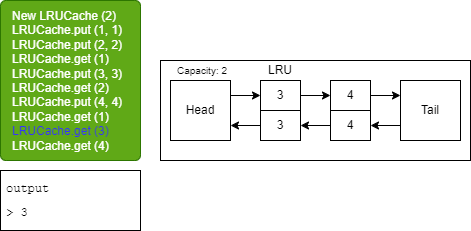
bert799/CodingInterviews keeps this draw.io diagram as Final_Interview/slides/Slide10.png. Above is the earlier version. Source tidied: cells renumbered, new cells last; positions are measured from the earlier drawing's top-left corner, leaving out a move shared by most shapes. Its diagram source:
```xml
<mxGraphModel background="#ffffff">
  <root>
    <mxCell id="0" />
    <mxCell id="1" parent="0" />
    <mxCell id="2" value="&lt;span style=&quot;&quot;&gt;&#9;&lt;/span&gt;New LRUCache (2)&lt;br&gt;&lt;span style=&quot;&quot;&gt;&#9;&lt;/span&gt;LRUCache.put (1, 1)&lt;br&gt;&lt;span style=&quot;&quot;&gt;&#9;&lt;/span&gt;LRUCache.put (2, 2)&lt;br&gt;LRUCache.get (1)&lt;br&gt;LRUCache.put (3, 3)&lt;br&gt;LRUCache.get (2)&lt;br&gt;LRUCache.put (4, 4)&lt;br&gt;LRUCache.get (1)&lt;br&gt;&lt;font color=&quot;#3333ff&quot;&gt;LRUCache.get (3)&lt;br&gt;&lt;/font&gt;LRUCache.get (4)" style="rounded=1;whiteSpace=wrap;html=1;fillColor=#60a917;verticalAlign=top;align=left;arcSize=4;spacingTop=2;spacingLeft=10;spacingBottom=2;fontColor=#ffffff;strokeColor=#2D7600;" parent="1" vertex="1">
      <mxGeometry width="140" height="160" as="geometry" />
    </mxCell>
    <mxCell id="3" value="&lt;pre style=&quot;line-height: 0%;&quot;&gt;&lt;font color=&quot;#000000&quot;&gt;output&lt;/font&gt;&lt;/pre&gt;&lt;pre style=&quot;text-align: center; line-height: 0%;&quot;&gt;&lt;font color=&quot;#000000&quot;&gt;&lt;br&gt;&lt;/font&gt;&lt;/pre&gt;&lt;pre style=&quot;text-align: justify; line-height: 0%;&quot;&gt;&lt;font color=&quot;#000000&quot;&gt;&amp;gt; 3&lt;/font&gt;&lt;/pre&gt;" style="rounded=0;whiteSpace=wrap;html=1;verticalAlign=top;align=left;spacingLeft=4;fillColor=none;strokeColor=#000000;" parent="1" vertex="1">
      <mxGeometry y="170" width="140" height="60" as="geometry" />
    </mxCell>
    <mxCell id="4" style="rounded=0;whiteSpace=wrap;html=1;fontSize=12;fillColor=none;strokeColor=#000000;" parent="1" vertex="1">
      <mxGeometry x="160" y="60" width="310" height="100" as="geometry" />
    </mxCell>
    <mxCell id="5" value="&lt;font style=&quot;font-size: 10px;&quot;&gt;Capacity: 2&lt;/font&gt;" style="text;html=1;strokeColor=none;fillColor=none;align=center;verticalAlign=middle;whiteSpace=wrap;rounded=0;fontColor=#000000;" parent="1" vertex="1">
      <mxGeometry x="167" y="55" width="70" height="30" as="geometry" />
    </mxCell>
    <mxCell id="6" value="LRU" style="text;html=1;strokeColor=none;fillColor=none;align=center;verticalAlign=middle;whiteSpace=wrap;rounded=0;fontSize=12;fontColor=#000000;" parent="1" vertex="1">
      <mxGeometry x="255" y="60" width="50" height="20" as="geometry" />
    </mxCell>
    <mxCell id="7" style="edgeStyle=none;html=1;exitX=1;exitY=0.25;exitDx=0;exitDy=0;entryX=0;entryY=0.5;entryDx=0;entryDy=0;fontSize=12;fontColor=#000000;strokeColor=#000000;" parent="1" edge="1" source="8" target="12">
      <mxGeometry relative="1" as="geometry" />
    </mxCell>
    <mxCell id="8" value="&lt;font color=&quot;#000000&quot;&gt;Head&lt;/font&gt;" style="whiteSpace=wrap;html=1;rounded=0;strokeColor=#000000;fontSize=12;fillColor=none;" parent="1" vertex="1">
      <mxGeometry x="170" y="80" width="60" height="60" as="geometry" />
    </mxCell>
    <mxCell id="9" style="edgeStyle=none;html=1;exitX=0;exitY=0.75;exitDx=0;exitDy=0;entryX=1;entryY=0.5;entryDx=0;entryDy=0;strokeColor=#000000;fontSize=12;fontColor=#000000;" parent="1" edge="1" source="10" target="18">
      <mxGeometry relative="1" as="geometry" />
    </mxCell>
    <mxCell id="10" value="&lt;font color=&quot;#000000&quot;&gt;Tail&lt;/font&gt;" style="whiteSpace=wrap;html=1;rounded=0;strokeColor=#000000;fontSize=12;fillColor=none;" parent="1" vertex="1">
      <mxGeometry x="400" y="80" width="60" height="60" as="geometry" />
    </mxCell>
    <mxCell id="11" style="edgeStyle=none;html=1;exitX=1;exitY=0.5;exitDx=0;exitDy=0;entryX=0;entryY=0.5;entryDx=0;entryDy=0;strokeColor=#000000;fontSize=12;fontColor=#000000;" parent="1" edge="1" source="12" target="14">
      <mxGeometry relative="1" as="geometry" />
    </mxCell>
    <mxCell id="12" value="3" style="rounded=0;whiteSpace=wrap;html=1;strokeColor=#000000;fontSize=12;fontColor=#000000;fillColor=none;" parent="1" vertex="1">
      <mxGeometry x="260" y="80" width="40" height="30" as="geometry" />
    </mxCell>
    <mxCell id="13" style="edgeStyle=none;html=1;exitX=1;exitY=0.5;exitDx=0;exitDy=0;entryX=0;entryY=0.25;entryDx=0;entryDy=0;strokeColor=#000000;fontSize=12;fontColor=#000000;" parent="1" edge="1" source="14" target="10">
      <mxGeometry relative="1" as="geometry" />
    </mxCell>
    <mxCell id="14" value="4" style="rounded=0;whiteSpace=wrap;html=1;strokeColor=#000000;fontSize=12;fontColor=#000000;fillColor=none;" parent="1" vertex="1">
      <mxGeometry x="330" y="80" width="40" height="30" as="geometry" />
    </mxCell>
    <mxCell id="15" style="edgeStyle=none;html=1;exitX=0;exitY=0.5;exitDx=0;exitDy=0;entryX=1;entryY=0.75;entryDx=0;entryDy=0;strokeColor=#000000;fontSize=12;fontColor=#000000;" parent="1" edge="1" source="16" target="8">
      <mxGeometry relative="1" as="geometry" />
    </mxCell>
    <mxCell id="16" value="3" style="rounded=0;whiteSpace=wrap;html=1;strokeColor=#000000;fontSize=12;fontColor=#000000;fillColor=none;" parent="1" vertex="1">
      <mxGeometry x="260" y="110" width="40" height="30" as="geometry" />
    </mxCell>
    <mxCell id="17" style="edgeStyle=none;html=1;exitX=0;exitY=0.5;exitDx=0;exitDy=0;strokeColor=#000000;fontSize=12;fontColor=#000000;" parent="1" edge="1" source="18" target="16">
      <mxGeometry relative="1" as="geometry" />
    </mxCell>
    <mxCell id="18" value="4" style="rounded=0;whiteSpace=wrap;html=1;strokeColor=#000000;fontSize=12;fontColor=#000000;fillColor=none;" parent="1" vertex="1">
      <mxGeometry x="330" y="110" width="40" height="30" as="geometry" />
    </mxCell>
  </root>
</mxGraphModel>
```
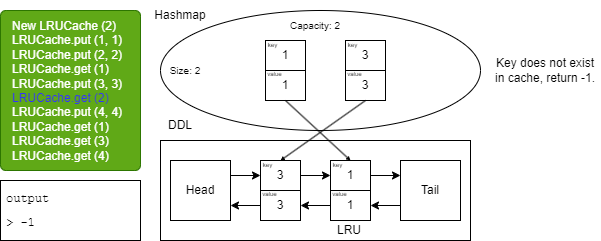
After the commit.

Change to the diagram source:
```diff
@@ -2,56 +2,125 @@
   <root>
     <mxCell id="0" />
     <mxCell id="1" parent="0" />
-    <mxCell id="2" value="&lt;span style=&quot;&quot;&gt;&#9;&lt;/span&gt;New LRUCache (2)&lt;br&gt;&lt;span style=&quot;&quot;&gt;&#9;&lt;/span&gt;LRUCache.put (1, 1)&lt;br&gt;&lt;span style=&quot;&quot;&gt;&#9;&lt;/span&gt;LRUCache.put (2, 2)&lt;br&gt;LRUCache.get (1)&lt;br&gt;LRUCache.put (3, 3)&lt;br&gt;LRUCache.get (2)&lt;br&gt;LRUCache.put (4, 4)&lt;br&gt;LRUCache.get (1)&lt;br&gt;&lt;font color=&quot;#3333ff&quot;&gt;LRUCache.get (3)&lt;br&gt;&lt;/font&gt;LRUCache.get (4)" style="rounded=1;whiteSpace=wrap;html=1;fillColor=#60a917;verticalAlign=top;align=left;arcSize=4;spacingTop=2;spacingLeft=10;spacingBottom=2;fontColor=#ffffff;strokeColor=#2D7600;" parent="1" vertex="1">
+    <mxCell id="2" value="&lt;span style=&quot;&quot;&gt;&#9;&lt;/span&gt;New LRUCache (2)&lt;br&gt;&lt;span style=&quot;&quot;&gt;&#9;&lt;/span&gt;LRUCache.put (1, 1)&lt;br&gt;&lt;span style=&quot;&quot;&gt;&#9;&lt;/span&gt;LRUCache.put (2, 2)&lt;br&gt;LRUCache.get (1)&lt;br&gt;LRUCache.put (3, 3)&lt;br&gt;&lt;font color=&quot;#3333ff&quot;&gt;LRUCache.get (2)&lt;br&gt;&lt;/font&gt;LRUCache.put (4, 4)&lt;br&gt;LRUCache.get (1)&lt;br&gt;LRUCache.get (3)&lt;br&gt;LRUCache.get (4)" style="rounded=1;whiteSpace=wrap;html=1;fillColor=#60a917;verticalAlign=top;align=left;arcSize=4;spacingTop=2;spacingLeft=10;spacingBottom=2;fontColor=#ffffff;strokeColor=#2D7600;" parent="1" vertex="1">
       <mxGeometry width="140" height="160" as="geometry" />
     </mxCell>
-    <mxCell id="3" value="&lt;pre style=&quot;line-height: 0%;&quot;&gt;&lt;font color=&quot;#000000&quot;&gt;output&lt;/font&gt;&lt;/pre&gt;&lt;pre style=&quot;text-align: center; line-height: 0%;&quot;&gt;&lt;font color=&quot;#000000&quot;&gt;&lt;br&gt;&lt;/font&gt;&lt;/pre&gt;&lt;pre style=&quot;text-align: justify; line-height: 0%;&quot;&gt;&lt;font color=&quot;#000000&quot;&gt;&amp;gt; 3&lt;/font&gt;&lt;/pre&gt;" style="rounded=0;whiteSpace=wrap;html=1;verticalAlign=top;align=left;spacingLeft=4;fillColor=none;strokeColor=#000000;" parent="1" vertex="1">
-      <mxGeometry y="170" width="140" height="60" as="geometry" />
-    </mxCell>
-    <mxCell id="4" style="rounded=0;whiteSpace=wrap;html=1;fontSize=12;fillColor=none;strokeColor=#000000;" parent="1" vertex="1">
-      <mxGeometry x="160" y="60" width="310" height="100" as="geometry" />
-    </mxCell>
+    <mxCell id="19" value="&lt;pre style=&quot;line-height: 0%;&quot;&gt;&lt;font color=&quot;#000000&quot;&gt;output&lt;/font&gt;&lt;/pre&gt;&lt;pre style=&quot;text-align: center; line-height: 0%;&quot;&gt;&lt;font color=&quot;#000000&quot;&gt;&lt;br&gt;&lt;/font&gt;&lt;/pre&gt;&lt;pre style=&quot;text-align: justify; line-height: 0%;&quot;&gt;&lt;font color=&quot;#000000&quot;&gt;&amp;gt; -1&lt;/font&gt;&lt;/pre&gt;" style="rounded=0;whiteSpace=wrap;html=1;verticalAlign=top;align=left;spacingLeft=4;fillColor=none;strokeColor=#000000;" parent="1" vertex="1">
+      <mxGeometry y="170" width="140" height="60" as="geometry" />
+    </mxCell>
+    <mxCell id="20" style="rounded=0;whiteSpace=wrap;html=1;fontSize=12;fillColor=none;strokeColor=#000000;" parent="1" vertex="1">
+      <mxGeometry x="160" y="130" width="310" height="100" as="geometry" />
+    </mxCell>
+    <mxCell id="21" style="edgeStyle=none;html=1;exitX=1;exitY=0.25;exitDx=0;exitDy=0;fontSize=10;fontColor=#FFFFFF;strokeColor=#000000;entryX=0;entryY=0.5;entryDx=0;entryDy=0;" parent="1" edge="1" source="8" target="40">
+      <mxGeometry relative="1" as="geometry" />
+    </mxCell>
+    <mxCell id="8" value="&lt;font color=&quot;#000000&quot;&gt;Head&lt;/font&gt;" style="whiteSpace=wrap;html=1;rounded=0;strokeColor=#000000;fontSize=12;fillColor=none;" parent="1" vertex="1">
+      <mxGeometry x="170" y="150" width="60" height="60" as="geometry" />
+    </mxCell>
+    <mxCell id="22" style="edgeStyle=none;html=1;exitX=0;exitY=0.75;exitDx=0;exitDy=0;entryX=1;entryY=0.5;entryDx=0;entryDy=0;strokeColor=#000000;fontSize=10;fontColor=#FFFFFF;" parent="1" edge="1" source="10" target="30">
+      <mxGeometry relative="1" as="geometry" />
+    </mxCell>
+    <mxCell id="10" value="&lt;font color=&quot;#000000&quot;&gt;Tail&lt;/font&gt;" style="whiteSpace=wrap;html=1;rounded=0;strokeColor=#000000;fontSize=12;fillColor=none;" parent="1" vertex="1">
+      <mxGeometry x="400" y="150" width="60" height="60" as="geometry" />
+    </mxCell>
+    <mxCell id="23" style="edgeStyle=none;html=1;exitX=1;exitY=0.5;exitDx=0;exitDy=0;entryX=0;entryY=0.25;entryDx=0;entryDy=0;strokeColor=#000000;fontSize=10;fontColor=#FFFFFF;" parent="1" edge="1" source="29" target="10">
+      <mxGeometry relative="1" as="geometry" />
+    </mxCell>
+    <mxCell id="24" style="edgeStyle=none;html=1;exitX=0;exitY=0.5;exitDx=0;exitDy=0;strokeColor=#000000;fontSize=10;fontColor=#FFFFFF;entryX=1;entryY=0.5;entryDx=0;entryDy=0;" parent="1" edge="1" source="30" target="41">
+      <mxGeometry relative="1" as="geometry" />
+    </mxCell>
     <mxCell id="5" value="&lt;font style=&quot;font-size: 10px;&quot;&gt;Capacity: 2&lt;/font&gt;" style="text;html=1;strokeColor=none;fillColor=none;align=center;verticalAlign=middle;whiteSpace=wrap;rounded=0;fontColor=#000000;" parent="1" vertex="1">
-      <mxGeometry x="167" y="55" width="70" height="30" as="geometry" />
+      <mxGeometry x="280" width="70" height="30" as="geometry" />
     </mxCell>
+    <mxCell id="25" style="ellipse;whiteSpace=wrap;html=1;fillColor=none;strokeColor=#000000;" parent="1" vertex="1">
+      <mxGeometry x="160" width="320" height="120" as="geometry" />
+    </mxCell>
+    <mxCell id="26" value="&lt;font color=&quot;#000000&quot;&gt;Hashmap&lt;/font&gt;" style="text;html=1;strokeColor=none;fillColor=none;align=center;verticalAlign=middle;whiteSpace=wrap;rounded=0;" parent="1" vertex="1">
+      <mxGeometry x="150" y="-10" width="60" height="30" as="geometry" />
+    </mxCell>
+    <mxCell id="27" value="&lt;font color=&quot;#000000&quot;&gt;DDL&lt;/font&gt;" style="text;html=1;strokeColor=none;fillColor=none;align=center;verticalAlign=middle;whiteSpace=wrap;rounded=0;" parent="1" vertex="1">
+      <mxGeometry x="150" y="100" width="60" height="30" as="geometry" />
+    </mxCell>
+    <mxCell id="28" style="group;" parent="1" vertex="1">
+      <mxGeometry x="325" y="148" width="45" height="62" as="geometry" />
+    </mxCell>
+    <mxCell id="29" value="1" style="rounded=0;whiteSpace=wrap;html=1;strokeColor=#000000;fontSize=12;fontColor=#000000;fillColor=none;" parent="28" vertex="1">
+      <mxGeometry x="5" y="2" width="40" height="30" as="geometry" />
+    </mxCell>
+    <mxCell id="30" value="1" style="rounded=0;whiteSpace=wrap;html=1;strokeColor=#000000;fontSize=12;fontColor=#000000;fillColor=none;" parent="28" vertex="1">
+      <mxGeometry x="5" y="32" width="40" height="30" as="geometry" />
+    </mxCell>
+    <mxCell id="31" value="&lt;font style=&quot;font-size: 6px;&quot; color=&quot;#000000&quot;&gt;key&lt;/font&gt;" style="text;html=1;strokeColor=none;fillColor=none;align=center;verticalAlign=middle;whiteSpace=wrap;rounded=0;" parent="28" vertex="1">
+      <mxGeometry width="25" height="10" as="geometry" />
+    </mxCell>
+    <mxCell id="32" value="&lt;font style=&quot;font-size: 6px;&quot; color=&quot;#000000&quot;&gt;value&lt;/font&gt;" style="text;html=1;strokeColor=none;fillColor=none;align=center;verticalAlign=middle;whiteSpace=wrap;rounded=0;" parent="28" vertex="1">
+      <mxGeometry x="2" y="29" width="25" height="10" as="geometry" />
+    </mxCell>
+    <mxCell id="33" style="edgeStyle=none;html=1;exitX=0.5;exitY=1;exitDx=0;exitDy=0;fontSize=6;fillColor=#d80073;strokeColor=#000000;endSize=2;startSize=2;jumpSize=6;strokeWidth=1;entryX=0.5;entryY=0;entryDx=0;entryDy=0;" parent="1" edge="1" source="36" target="40">
+      <mxGeometry relative="1" as="geometry" />
+    </mxCell>
+    <mxCell id="34" style="group;" parent="1" vertex="1">
+      <mxGeometry x="340" y="28" width="45" height="62" as="geometry" />
+    </mxCell>
+    <mxCell id="35" value="3" style="rounded=0;whiteSpace=wrap;html=1;strokeColor=#000000;fontSize=12;fontColor=#000000;fillColor=none;" parent="34" vertex="1">
+      <mxGeometry x="5" y="2" width="40" height="30" as="geometry" />
+    </mxCell>
+    <mxCell id="36" value="3" style="rounded=0;whiteSpace=wrap;html=1;strokeColor=#000000;fontSize=12;fontColor=#000000;fillColor=none;" parent="34" vertex="1">
+      <mxGeometry x="5" y="32" width="40" height="30" as="geometry" />
+    </mxCell>
+    <mxCell id="37" value="&lt;font style=&quot;font-size: 6px;&quot; color=&quot;#000000&quot;&gt;key&lt;/font&gt;" style="text;html=1;strokeColor=none;fillColor=none;align=center;verticalAlign=middle;whiteSpace=wrap;rounded=0;" parent="34" vertex="1">
+      <mxGeometry width="25" height="10" as="geometry" />
+    </mxCell>
+    <mxCell id="38" value="&lt;font style=&quot;font-size: 6px;&quot; color=&quot;#000000&quot;&gt;value&lt;/font&gt;" style="text;html=1;strokeColor=none;fillColor=none;align=center;verticalAlign=middle;whiteSpace=wrap;rounded=0;" parent="34" vertex="1">
+      <mxGeometry x="2" y="29" width="25" height="10" as="geometry" />
+    </mxCell>
     <mxCell id="6" value="LRU" style="text;html=1;strokeColor=none;fillColor=none;align=center;verticalAlign=middle;whiteSpace=wrap;rounded=0;fontSize=12;fontColor=#000000;" parent="1" vertex="1">
-      <mxGeometry x="255" y="60" width="50" height="20" as="geometry" />
+      <mxGeometry x="324" y="210" width="50" height="20" as="geometry" />
     </mxCell>
-    <mxCell id="7" style="edgeStyle=none;html=1;exitX=1;exitY=0.25;exitDx=0;exitDy=0;entryX=0;entryY=0.5;entryDx=0;entryDy=0;fontSize=12;fontColor=#000000;strokeColor=#000000;" parent="1" edge="1" source="8" target="12">
-      <mxGeometry relative="1" as="geometry" />
-    </mxCell>
-    <mxCell id="8" value="&lt;font color=&quot;#000000&quot;&gt;Head&lt;/font&gt;" style="whiteSpace=wrap;html=1;rounded=0;strokeColor=#000000;fontSize=12;fillColor=none;" parent="1" vertex="1">
-      <mxGeometry x="170" y="80" width="60" height="60" as="geometry" />
-    </mxCell>
-    <mxCell id="9" style="edgeStyle=none;html=1;exitX=0;exitY=0.75;exitDx=0;exitDy=0;entryX=1;entryY=0.5;entryDx=0;entryDy=0;strokeColor=#000000;fontSize=12;fontColor=#000000;" parent="1" edge="1" source="10" target="18">
-      <mxGeometry relative="1" as="geometry" />
-    </mxCell>
-    <mxCell id="10" value="&lt;font color=&quot;#000000&quot;&gt;Tail&lt;/font&gt;" style="whiteSpace=wrap;html=1;rounded=0;strokeColor=#000000;fontSize=12;fillColor=none;" parent="1" vertex="1">
-      <mxGeometry x="400" y="80" width="60" height="60" as="geometry" />
-    </mxCell>
-    <mxCell id="11" style="edgeStyle=none;html=1;exitX=1;exitY=0.5;exitDx=0;exitDy=0;entryX=0;entryY=0.5;entryDx=0;entryDy=0;strokeColor=#000000;fontSize=12;fontColor=#000000;" parent="1" edge="1" source="12" target="14">
-      <mxGeometry relative="1" as="geometry" />
-    </mxCell>
-    <mxCell id="12" value="3" style="rounded=0;whiteSpace=wrap;html=1;strokeColor=#000000;fontSize=12;fontColor=#000000;fillColor=none;" parent="1" vertex="1">
-      <mxGeometry x="260" y="80" width="40" height="30" as="geometry" />
-    </mxCell>
-    <mxCell id="13" style="edgeStyle=none;html=1;exitX=1;exitY=0.5;exitDx=0;exitDy=0;entryX=0;entryY=0.25;entryDx=0;entryDy=0;strokeColor=#000000;fontSize=12;fontColor=#000000;" parent="1" edge="1" source="14" target="10">
-      <mxGeometry relative="1" as="geometry" />
-    </mxCell>
-    <mxCell id="14" value="4" style="rounded=0;whiteSpace=wrap;html=1;strokeColor=#000000;fontSize=12;fontColor=#000000;fillColor=none;" parent="1" vertex="1">
-      <mxGeometry x="330" y="80" width="40" height="30" as="geometry" />
-    </mxCell>
-    <mxCell id="15" style="edgeStyle=none;html=1;exitX=0;exitY=0.5;exitDx=0;exitDy=0;entryX=1;entryY=0.75;entryDx=0;entryDy=0;strokeColor=#000000;fontSize=12;fontColor=#000000;" parent="1" edge="1" source="16" target="8">
-      <mxGeometry relative="1" as="geometry" />
-    </mxCell>
-    <mxCell id="16" value="3" style="rounded=0;whiteSpace=wrap;html=1;strokeColor=#000000;fontSize=12;fontColor=#000000;fillColor=none;" parent="1" vertex="1">
-      <mxGeometry x="260" y="110" width="40" height="30" as="geometry" />
-    </mxCell>
-    <mxCell id="17" style="edgeStyle=none;html=1;exitX=0;exitY=0.5;exitDx=0;exitDy=0;strokeColor=#000000;fontSize=12;fontColor=#000000;" parent="1" edge="1" source="18" target="16">
-      <mxGeometry relative="1" as="geometry" />
-    </mxCell>
-    <mxCell id="18" value="4" style="rounded=0;whiteSpace=wrap;html=1;strokeColor=#000000;fontSize=12;fontColor=#000000;fillColor=none;" parent="1" vertex="1">
-      <mxGeometry x="330" y="110" width="40" height="30" as="geometry" />
-    </mxCell>
+    <mxCell id="39" style="group;" parent="1" vertex="1">
+      <mxGeometry x="255" y="148" width="45" height="62" as="geometry" />
+    </mxCell>
+    <mxCell id="40" value="3" style="rounded=0;whiteSpace=wrap;html=1;strokeColor=#000000;fontSize=12;fontColor=#000000;fillColor=none;" parent="39" vertex="1">
+      <mxGeometry x="5" y="2" width="40" height="30" as="geometry" />
+    </mxCell>
+    <mxCell id="41" value="3" style="rounded=0;whiteSpace=wrap;html=1;strokeColor=#000000;fontSize=12;fontColor=#000000;fillColor=none;" parent="39" vertex="1">
+      <mxGeometry x="5" y="32" width="40" height="30" as="geometry" />
+    </mxCell>
+    <mxCell id="42" value="&lt;font style=&quot;font-size: 6px;&quot; color=&quot;#000000&quot;&gt;key&lt;/font&gt;" style="text;html=1;strokeColor=none;fillColor=none;align=center;verticalAlign=middle;whiteSpace=wrap;rounded=0;" parent="39" vertex="1">
+      <mxGeometry width="25" height="10" as="geometry" />
+    </mxCell>
+    <mxCell id="43" value="&lt;font style=&quot;font-size: 6px;&quot; color=&quot;#000000&quot;&gt;value&lt;/font&gt;" style="text;html=1;strokeColor=none;fillColor=none;align=center;verticalAlign=middle;whiteSpace=wrap;rounded=0;" parent="39" vertex="1">
+      <mxGeometry x="2" y="29" width="25" height="10" as="geometry" />
+    </mxCell>
+    <mxCell id="44" style="edgeStyle=none;html=1;exitX=1;exitY=0.5;exitDx=0;exitDy=0;entryX=0;entryY=0.5;entryDx=0;entryDy=0;strokeColor=#000000;" parent="1" edge="1" source="40" target="29">
+      <mxGeometry relative="1" as="geometry" />
+    </mxCell>
+    <mxCell id="45" style="edgeStyle=none;html=1;exitX=0;exitY=0.5;exitDx=0;exitDy=0;entryX=1;entryY=0.75;entryDx=0;entryDy=0;strokeColor=#000000;" parent="1" edge="1" source="41" target="8">
+      <mxGeometry relative="1" as="geometry" />
+    </mxCell>
+    <mxCell id="46" style="group;" parent="1" vertex="1">
+      <mxGeometry x="260" y="28" width="45" height="62" as="geometry" />
+    </mxCell>
+    <mxCell id="47" value="1" style="rounded=0;whiteSpace=wrap;html=1;strokeColor=#000000;fontSize=12;fontColor=#000000;fillColor=none;" parent="46" vertex="1">
+      <mxGeometry x="5" y="2" width="40" height="30" as="geometry" />
+    </mxCell>
+    <mxCell id="48" value="1" style="rounded=0;whiteSpace=wrap;html=1;strokeColor=#000000;fontSize=12;fontColor=#000000;fillColor=none;" parent="46" vertex="1">
+      <mxGeometry x="5" y="32" width="40" height="30" as="geometry" />
+    </mxCell>
+    <mxCell id="49" value="&lt;font style=&quot;font-size: 6px;&quot; color=&quot;#000000&quot;&gt;key&lt;/font&gt;" style="text;html=1;strokeColor=none;fillColor=none;align=center;verticalAlign=middle;whiteSpace=wrap;rounded=0;" parent="46" vertex="1">
+      <mxGeometry width="25" height="10" as="geometry" />
+    </mxCell>
+    <mxCell id="50" value="&lt;font style=&quot;font-size: 6px;&quot; color=&quot;#000000&quot;&gt;value&lt;/font&gt;" style="text;html=1;strokeColor=none;fillColor=none;align=center;verticalAlign=middle;whiteSpace=wrap;rounded=0;" parent="46" vertex="1">
+      <mxGeometry x="2" y="29" width="25" height="10" as="geometry" />
+    </mxCell>
+    <mxCell id="51" style="edgeStyle=none;html=1;exitX=0.5;exitY=1;exitDx=0;exitDy=0;strokeColor=#000000;endSize=2;startSize=2;entryX=0.5;entryY=0;entryDx=0;entryDy=0;" parent="1" edge="1" source="48" target="29">
+      <mxGeometry relative="1" as="geometry" />
+    </mxCell>
+    <mxCell id="52" value="&lt;font style=&quot;font-size: 10px;&quot;&gt;Size: 2&lt;br&gt;&lt;/font&gt;" style="text;html=1;strokeColor=none;fillColor=none;align=center;verticalAlign=middle;whiteSpace=wrap;rounded=0;fontColor=#000000;" parent="1" vertex="1">
+      <mxGeometry x="150" y="45" width="70" height="30" as="geometry" />
+    </mxCell>
+    <mxCell id="53" value="Key does not exist in cache, return -1." style="text;html=1;strokeColor=none;fillColor=none;align=center;verticalAlign=middle;whiteSpace=wrap;rounded=0;fontColor=#000000;" parent="1" vertex="1">
+      <mxGeometry x="490" y="45" width="110" height="30" as="geometry" />
+    </mxCell>
   </root>
 </mxGraphModel>
```
